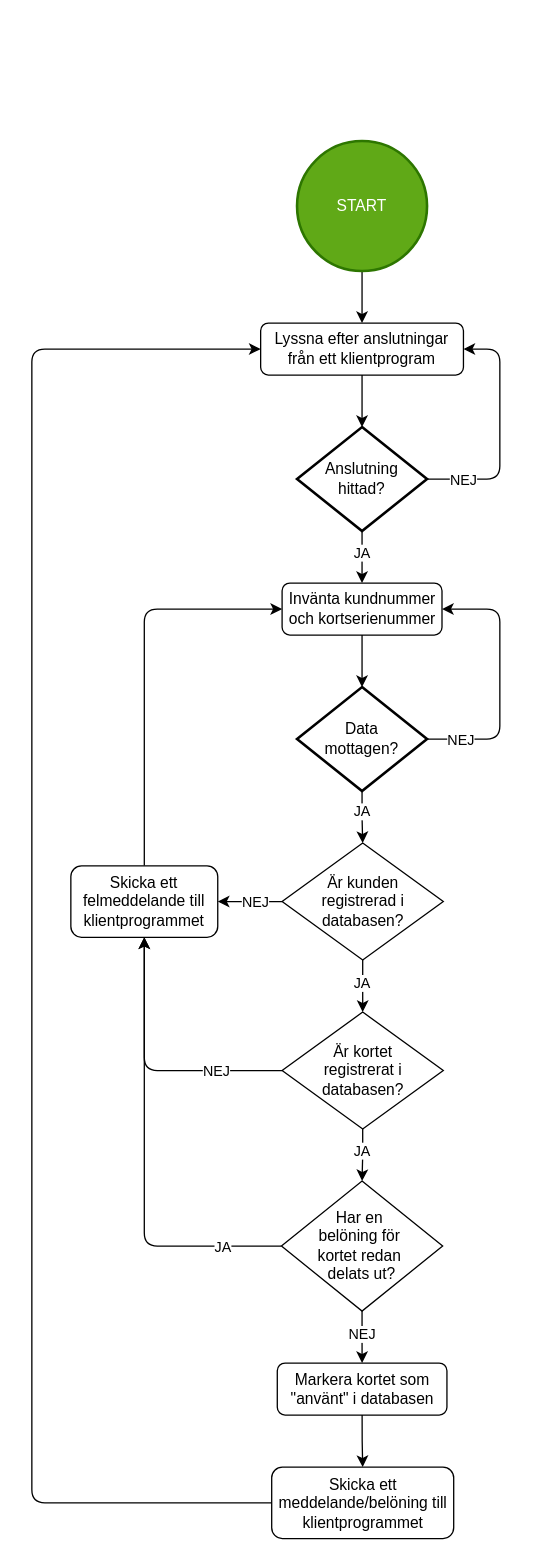
JakeBow/shopping-list keeps this draw.io diagram as flowchart planering.drawio. Above is the earlier version. Source tidied: cells renumbered, new cells numbered last; positions are measured from the earlier drawing's top-left corner, leaving out a move shared by most shapes. Both pictures are drawn from the tidied source at 130%, with x=0, y=0 at pixel (31, 140).
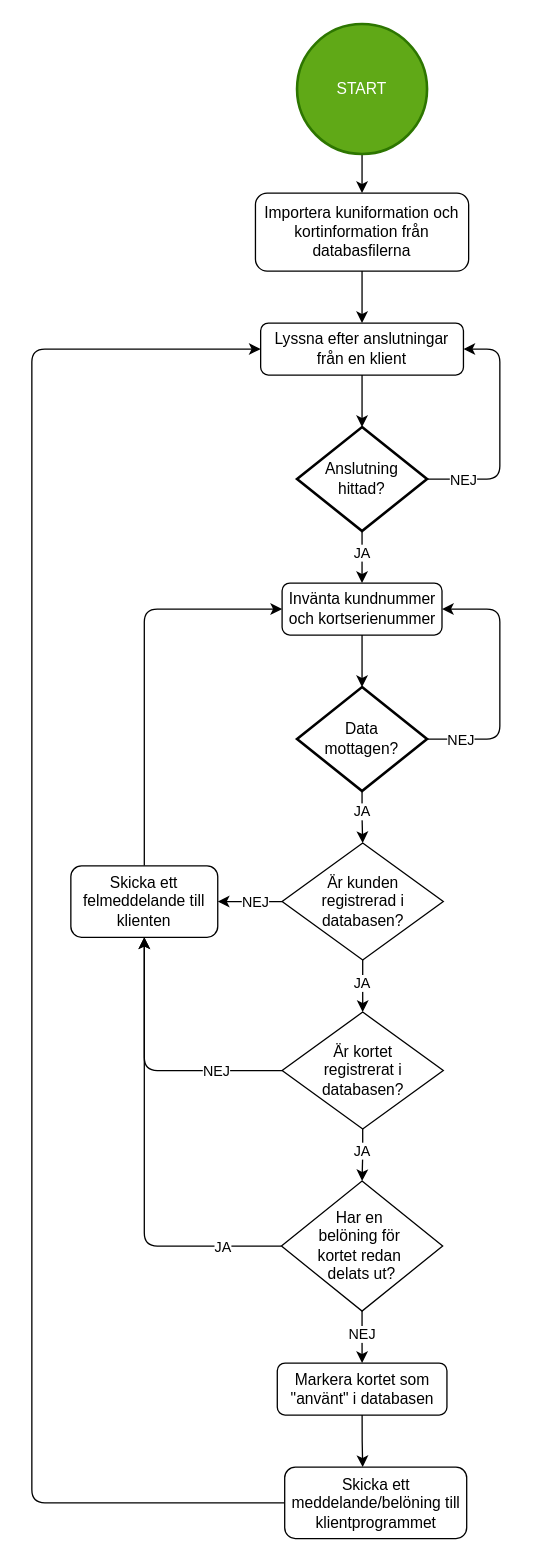
After the change.

The change refers to these unchanged cells:
```xml
<mxCell id="31" value="Markera kortet som &quot;använt&quot; i databasen" style="rounded=1;whiteSpace=wrap;html=1;fontSize=12;glass=0;strokeWidth=1;shadow=0;" parent="1" vertex="1">
  <mxGeometry x="188.8" y="940" width="130.5" height="40" as="geometry" />
</mxCell>
```

The edit, as a diff of the source:
```diff
@@
-    <mxCell id="2" value="Lyssna efter anslutningar från ett klientprogram" style="rounded=1;whiteSpace=wrap;html=1;fontSize=12;glass=0;strokeWidth=1;shadow=0;" parent="1" vertex="1">
+    <mxCell id="2" value="Lyssna efter anslutningar från en klient" style="rounded=1;whiteSpace=wrap;html=1;fontSize=12;glass=0;strokeWidth=1;shadow=0;" parent="1" vertex="1">
       <mxGeometry x="176" y="140" width="156" height="40" as="geometry" />
     </mxCell>
-    <mxCell id="3" style="edgeStyle=orthogonalEdgeStyle;rounded=0;jettySize=auto;html=1;exitX=0.5;exitY=1;exitDx=0;exitDy=0;exitPerimeter=0;" parent="1" edge="1" source="4" target="2">
-      <mxGeometry relative="1" as="geometry" />
-    </mxCell>
+    <mxCell id="39" style="edgeStyle=orthogonalEdgeStyle;rounded=0;jettySize=auto;html=1;exitX=0.5;exitY=1;exitDx=0;exitDy=0;exitPerimeter=0;entryX=0.5;entryY=0;entryDx=0;entryDy=0;" parent="1" edge="1" source="4" target="41">
+      <mxGeometry relative="1" as="geometry" />
+    </mxCell>
     <mxCell id="4" value="&lt;div&gt;START&lt;/div&gt;" style="strokeWidth=2;html=1;shape=mxgraph.flowchart.start_2;whiteSpace=wrap;fillColor=#60a917;fontColor=#ffffff;strokeColor=#2D7600;" parent="1" vertex="1">
-      <mxGeometry x="204" width="100" height="100" as="geometry" />
+      <mxGeometry x="204" y="-90" width="100" height="100" as="geometry" />
     </mxCell>
@@
-    <mxCell id="24" value="Skicka ett felmeddelande till klientprogrammet" style="rounded=1;whiteSpace=wrap;html=1;fontSize=12;glass=0;strokeWidth=1;shadow=0;" parent="1" vertex="1">
+    <mxCell id="24" value="Skicka ett felmeddelande till klienten" style="rounded=1;whiteSpace=wrap;html=1;fontSize=12;glass=0;strokeWidth=1;shadow=0;" parent="1" vertex="1">
       <mxGeometry x="30" y="557.5" width="113" height="55" as="geometry" />
     </mxCell>
@@
-    <mxCell id="30" style="edgeStyle=orthogonalEdgeStyle;rounded=0;jettySize=auto;html=1;exitX=0.5;exitY=1;exitDx=0;exitDy=0;entryX=0.5;entryY=0;entryDx=0;entryDy=0;" parent="1" edge="1" source="31" target="33">
-      <mxGeometry relative="1" as="geometry" />
+    <mxCell id="30" style="edgeStyle=orthogonalEdgeStyle;rounded=0;jettySize=auto;html=1;exitX=0.5;exitY=1;exitDx=0;exitDy=0;entryX=0.5;entryY=0;entryDx=0;entryDy=0;" parent="1" edge="1" source="31">
+      <mxGeometry relative="1" as="geometry">
+        <mxPoint x="254.5" y="1020" as="targetPoint" />
+      </mxGeometry>
     </mxCell>
@@
     <mxCell id="33" value="Skicka ett meddelande/belöning till klientprogrammet" style="rounded=1;whiteSpace=wrap;html=1;fontSize=12;glass=0;strokeWidth=1;shadow=0;" parent="1" vertex="1">
-      <mxGeometry x="184.5" y="1020" width="140" height="55" as="geometry" />
+      <mxGeometry x="194.5" y="1020" width="140" height="55" as="geometry" />
     </mxCell>
@@
+    <mxCell id="40" style="edgeStyle=orthogonalEdgeStyle;rounded=0;jettySize=auto;html=1;exitX=0.5;exitY=1;exitDx=0;exitDy=0;entryX=0.5;entryY=0;entryDx=0;entryDy=0;" parent="1" edge="1" source="41" target="2">
+      <mxGeometry relative="1" as="geometry" />
+    </mxCell>
+    <mxCell id="41" value="&lt;div&gt;Importera kuniformation och kortinformation från databasfilerna&lt;/div&gt;" style="rounded=1;whiteSpace=wrap;html=1;fontSize=12;glass=0;strokeWidth=1;shadow=0;" parent="1" vertex="1">
+      <mxGeometry x="172" y="40" width="164" height="60" as="geometry" />
+    </mxCell>
```
